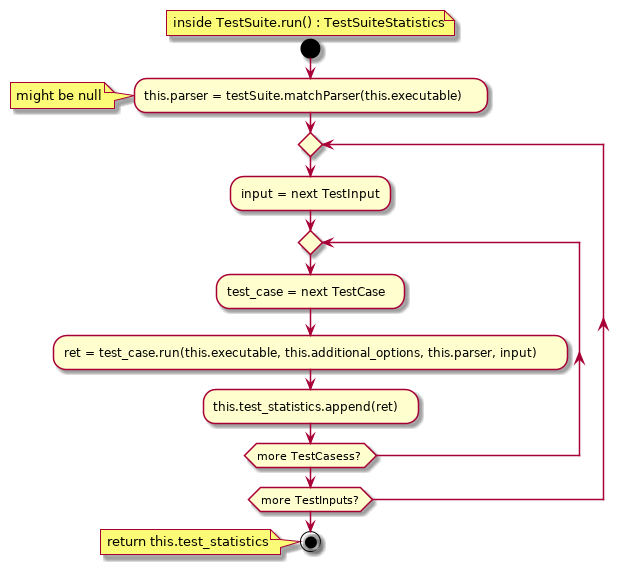
This is benchmark/activity_diagrams/test_suite_run.png from Mateusz-Grzelinski/set-research-documentation, a PlantUML export, as it was before one commit.
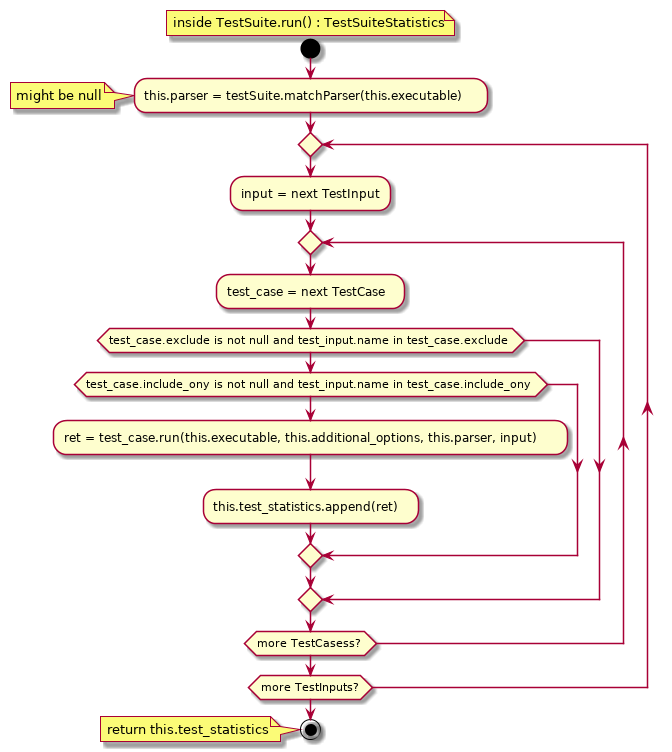
Above is the later version.

What changed in the source:
```diff
@@ -9,8 +9,12 @@
 :input = next TestInput;
 repeat
 :test_case = next TestCase;
-:ret = test_case.run(this.executable, this.additional_options, this.parser, input);
-:this.test_statistics.append(ret);
+if (test_case.exclude is not null and test_input.name in test_case.exclude) then
+  if (test_case.include_ony is not null and test_input.name in test_case.include_ony) then
+    :ret = test_case.run(this.executable, this.additional_options, this.parser, input);
+    :this.test_statistics.append(ret);
+  endif
+endif
 repeat while (more TestCasess?)
 repeat while (more TestInputs?)
 
```
